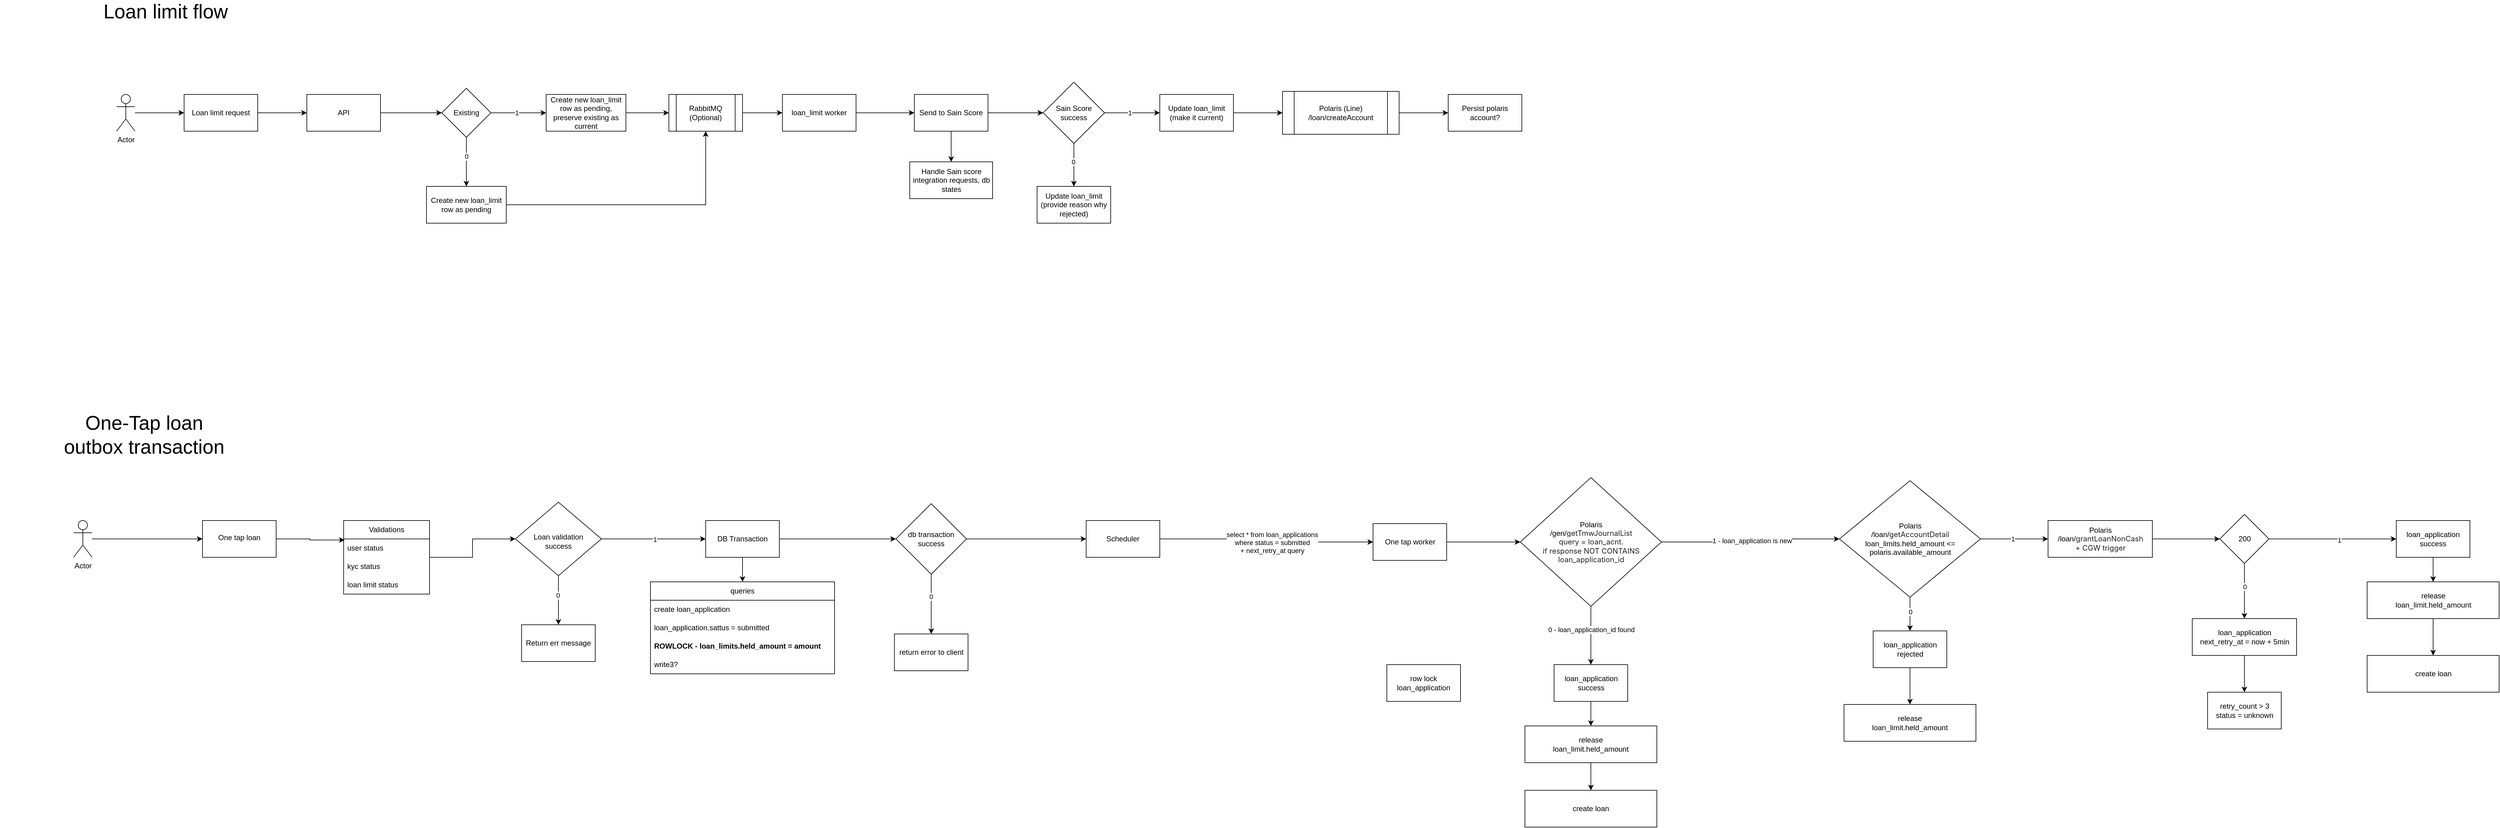
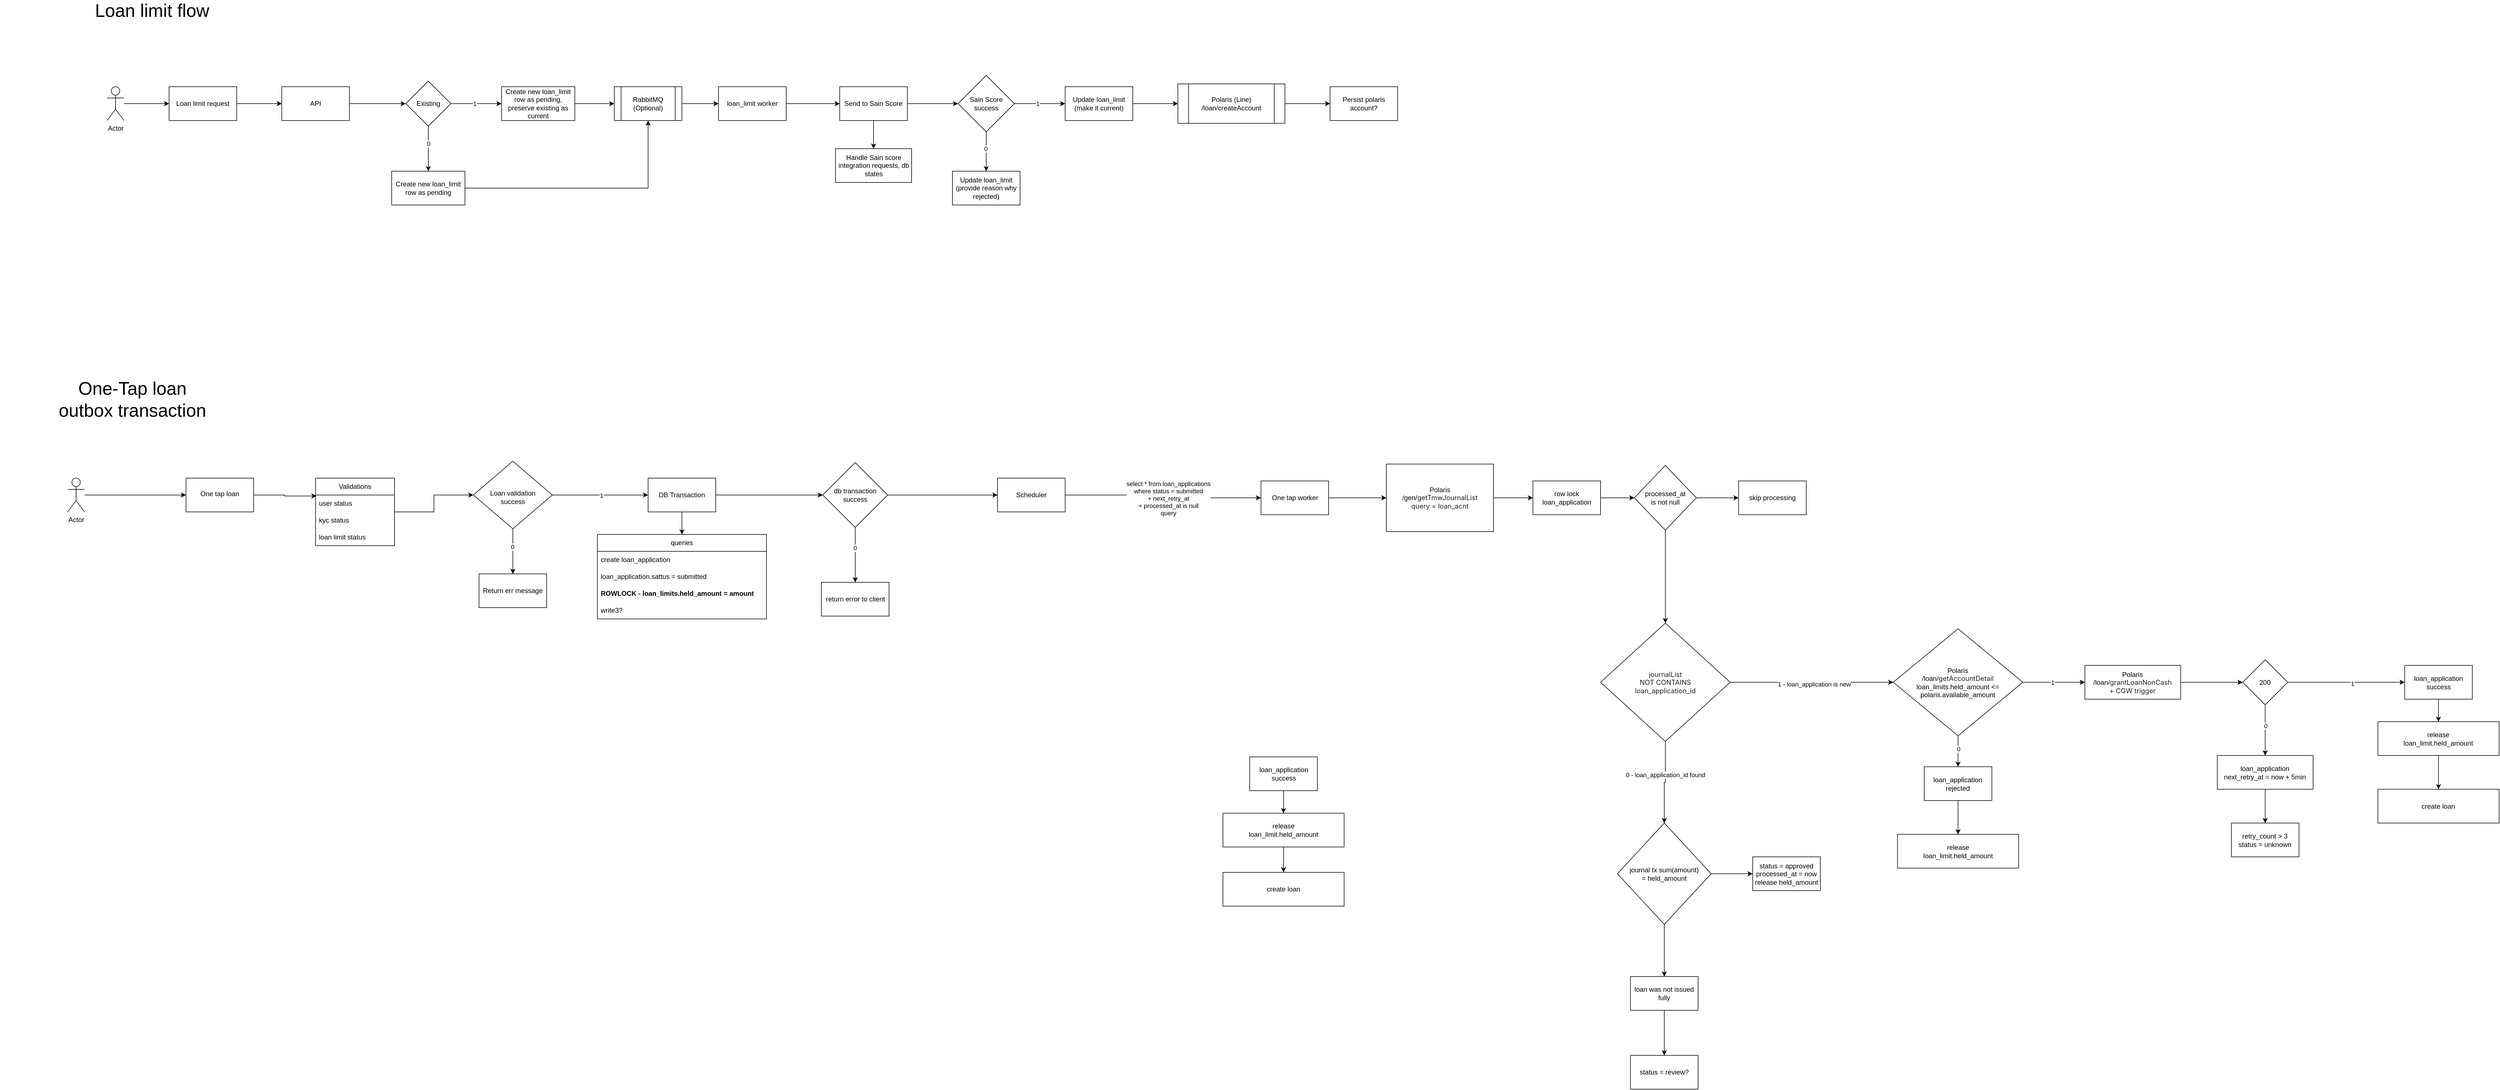
<mxfile host="app.diagrams.net">
  <diagram name="Page-1" id="VCBSuIh8bz7kurrQ0Zaz">
-     <mxGraphModel dx="1662" dy="475" grid="1" gridSize="10" guides="1" tooltips="1" connect="1" arrows="1" fold="1" page="1" pageScale="1" pageWidth="850" pageHeight="1100" math="0" shadow="0">
+     <mxGraphModel dx="2259" dy="824" grid="1" gridSize="10" guides="1" tooltips="1" connect="1" arrows="1" fold="1" page="1" pageScale="1" pageWidth="850" pageHeight="1100" math="0" shadow="0">
      <root>
        <mxCell id="0" />
        <mxCell id="1" parent="0" />
        <mxCell id="KqixbsF9o6dLofBvsG9t-5" edge="1" parent="1" source="KqixbsF9o6dLofBvsG9t-1" style="edgeStyle=orthogonalEdgeStyle;rounded=0;orthogonalLoop=1;jettySize=auto;html=1;" target="KqixbsF9o6dLofBvsG9t-4" value="">
          <mxGeometry relative="1" as="geometry" />
        </mxCell>
        <mxCell id="KqixbsF9o6dLofBvsG9t-1" parent="1" style="rounded=0;whiteSpace=wrap;html=1;" value="Loan limit request" vertex="1">
          <mxGeometry height="60" width="120" x="150" y="210" as="geometry" />
        </mxCell>
        <mxCell id="KqixbsF9o6dLofBvsG9t-3" edge="1" parent="1" source="KqixbsF9o6dLofBvsG9t-2" style="edgeStyle=orthogonalEdgeStyle;rounded=0;orthogonalLoop=1;jettySize=auto;html=1;" target="KqixbsF9o6dLofBvsG9t-1" value="">
          <mxGeometry relative="1" as="geometry" />
        </mxCell>
        <mxCell id="KqixbsF9o6dLofBvsG9t-2" parent="1" style="shape=umlActor;verticalLabelPosition=bottom;verticalAlign=top;html=1;outlineConnect=0;" value="Actor" vertex="1">
          <mxGeometry height="60" width="30" x="40" y="210" as="geometry" />
        </mxCell>
        <mxCell id="KqixbsF9o6dLofBvsG9t-9" edge="1" parent="1" source="KqixbsF9o6dLofBvsG9t-4" style="edgeStyle=orthogonalEdgeStyle;rounded=0;orthogonalLoop=1;jettySize=auto;html=1;" target="KqixbsF9o6dLofBvsG9t-8" value="">
          <mxGeometry relative="1" as="geometry" />
        </mxCell>
        <mxCell id="KqixbsF9o6dLofBvsG9t-4" parent="1" style="rounded=0;whiteSpace=wrap;html=1;" value="API" vertex="1">
          <mxGeometry height="60" width="120" x="350" y="210" as="geometry" />
        </mxCell>
        <mxCell id="KqixbsF9o6dLofBvsG9t-11" edge="1" parent="1" source="KqixbsF9o6dLofBvsG9t-8" style="edgeStyle=orthogonalEdgeStyle;rounded=0;orthogonalLoop=1;jettySize=auto;html=1;" target="KqixbsF9o6dLofBvsG9t-10" value="">
          <mxGeometry relative="1" as="geometry" />
        </mxCell>
        <mxCell id="KqixbsF9o6dLofBvsG9t-12" connectable="0" parent="KqixbsF9o6dLofBvsG9t-11" style="edgeLabel;html=1;align=center;verticalAlign=middle;resizable=0;points=[];" value="1" vertex="1">
          <mxGeometry relative="1" x="-0.079" as="geometry">
            <mxPoint as="offset" />
          </mxGeometry>
        </mxCell>
        <mxCell id="KqixbsF9o6dLofBvsG9t-14" edge="1" parent="1" source="KqixbsF9o6dLofBvsG9t-8" style="edgeStyle=orthogonalEdgeStyle;rounded=0;orthogonalLoop=1;jettySize=auto;html=1;" target="KqixbsF9o6dLofBvsG9t-13" value="">
          <mxGeometry relative="1" as="geometry" />
        </mxCell>
        <mxCell id="KqixbsF9o6dLofBvsG9t-15" connectable="0" parent="KqixbsF9o6dLofBvsG9t-14" style="edgeLabel;html=1;align=center;verticalAlign=middle;resizable=0;points=[];" value="0" vertex="1">
          <mxGeometry relative="1" x="-0.2407" as="geometry">
            <mxPoint as="offset" />
          </mxGeometry>
        </mxCell>
        <mxCell id="KqixbsF9o6dLofBvsG9t-8" parent="1" style="rhombus;whiteSpace=wrap;html=1;rounded=0;" value="Existing" vertex="1">
          <mxGeometry height="80" width="80" x="570" y="200" as="geometry" />
        </mxCell>
        <mxCell id="KqixbsF9o6dLofBvsG9t-23" edge="1" parent="1" source="KqixbsF9o6dLofBvsG9t-10" style="edgeStyle=orthogonalEdgeStyle;rounded=0;orthogonalLoop=1;jettySize=auto;html=1;" target="KqixbsF9o6dLofBvsG9t-22" value="">
          <mxGeometry relative="1" as="geometry" />
        </mxCell>
        <mxCell id="KqixbsF9o6dLofBvsG9t-10" parent="1" style="whiteSpace=wrap;html=1;rounded=0;" value="Create new loan_limit row as pending, preserve existing as current" vertex="1">
          <mxGeometry height="60" width="130" x="740" y="210" as="geometry" />
        </mxCell>
        <mxCell id="KqixbsF9o6dLofBvsG9t-26" edge="1" parent="1" source="KqixbsF9o6dLofBvsG9t-13" style="edgeStyle=orthogonalEdgeStyle;rounded=0;orthogonalLoop=1;jettySize=auto;html=1;entryX=0.5;entryY=1;entryDx=0;entryDy=0;" target="KqixbsF9o6dLofBvsG9t-22">
          <mxGeometry relative="1" as="geometry" />
        </mxCell>
        <mxCell id="KqixbsF9o6dLofBvsG9t-13" parent="1" style="whiteSpace=wrap;html=1;rounded=0;" value="Create new loan_limit row as pending" vertex="1">
          <mxGeometry height="60" width="130" x="545" y="360" as="geometry" />
        </mxCell>
        <mxCell id="KqixbsF9o6dLofBvsG9t-25" edge="1" parent="1" source="KqixbsF9o6dLofBvsG9t-22" style="edgeStyle=orthogonalEdgeStyle;rounded=0;orthogonalLoop=1;jettySize=auto;html=1;" target="KqixbsF9o6dLofBvsG9t-24" value="">
          <mxGeometry relative="1" as="geometry" />
        </mxCell>
        <mxCell id="KqixbsF9o6dLofBvsG9t-22" parent="1" style="shape=process;whiteSpace=wrap;html=1;backgroundOutline=1;rounded=0;" value="RabbitMQ (Optional)" vertex="1">
          <mxGeometry height="60" width="120" x="940" y="210" as="geometry" />
        </mxCell>
        <mxCell id="KqixbsF9o6dLofBvsG9t-28" edge="1" parent="1" source="KqixbsF9o6dLofBvsG9t-24" style="edgeStyle=orthogonalEdgeStyle;rounded=0;orthogonalLoop=1;jettySize=auto;html=1;" target="KqixbsF9o6dLofBvsG9t-27" value="">
          <mxGeometry relative="1" as="geometry" />
        </mxCell>
        <mxCell id="KqixbsF9o6dLofBvsG9t-24" parent="1" style="whiteSpace=wrap;html=1;rounded=0;" value="loan_limit worker" vertex="1">
          <mxGeometry height="60" width="120" x="1125" y="210" as="geometry" />
        </mxCell>
        <mxCell id="KqixbsF9o6dLofBvsG9t-30" edge="1" parent="1" source="KqixbsF9o6dLofBvsG9t-27" style="edgeStyle=orthogonalEdgeStyle;rounded=0;orthogonalLoop=1;jettySize=auto;html=1;" target="KqixbsF9o6dLofBvsG9t-29" value="">
          <mxGeometry relative="1" as="geometry" />
        </mxCell>
        <mxCell id="KqixbsF9o6dLofBvsG9t-38" edge="1" parent="1" source="KqixbsF9o6dLofBvsG9t-27" style="edgeStyle=orthogonalEdgeStyle;rounded=0;orthogonalLoop=1;jettySize=auto;html=1;" target="KqixbsF9o6dLofBvsG9t-37" value="">
          <mxGeometry relative="1" as="geometry" />
        </mxCell>
        <mxCell id="KqixbsF9o6dLofBvsG9t-27" parent="1" style="whiteSpace=wrap;html=1;rounded=0;" value="Send to Sain Score" vertex="1">
          <mxGeometry height="60" width="120" x="1340" y="210" as="geometry" />
        </mxCell>
        <mxCell id="KqixbsF9o6dLofBvsG9t-32" edge="1" parent="1" source="KqixbsF9o6dLofBvsG9t-29" style="edgeStyle=orthogonalEdgeStyle;rounded=0;orthogonalLoop=1;jettySize=auto;html=1;" target="KqixbsF9o6dLofBvsG9t-31" value="">
          <mxGeometry relative="1" as="geometry" />
        </mxCell>
        <mxCell id="KqixbsF9o6dLofBvsG9t-33" connectable="0" parent="KqixbsF9o6dLofBvsG9t-32" style="edgeLabel;html=1;align=center;verticalAlign=middle;resizable=0;points=[];" value="1" vertex="1">
          <mxGeometry relative="1" x="-0.1048" as="geometry">
            <mxPoint as="offset" />
          </mxGeometry>
        </mxCell>
        <mxCell id="KqixbsF9o6dLofBvsG9t-35" edge="1" parent="1" source="KqixbsF9o6dLofBvsG9t-29" style="edgeStyle=orthogonalEdgeStyle;rounded=0;orthogonalLoop=1;jettySize=auto;html=1;" target="KqixbsF9o6dLofBvsG9t-34" value="">
          <mxGeometry relative="1" as="geometry" />
        </mxCell>
        <mxCell id="KqixbsF9o6dLofBvsG9t-36" connectable="0" parent="KqixbsF9o6dLofBvsG9t-35" style="edgeLabel;html=1;align=center;verticalAlign=middle;resizable=0;points=[];" value="0" vertex="1">
          <mxGeometry relative="1" x="-0.1429" y="-1" as="geometry">
            <mxPoint as="offset" />
          </mxGeometry>
        </mxCell>
        <mxCell id="KqixbsF9o6dLofBvsG9t-29" parent="1" style="rhombus;whiteSpace=wrap;html=1;rounded=0;" value="Sain Score success" vertex="1">
          <mxGeometry height="100" width="100" x="1550" y="190" as="geometry" />
        </mxCell>
        <mxCell id="KqixbsF9o6dLofBvsG9t-66" edge="1" parent="1" source="KqixbsF9o6dLofBvsG9t-31" style="edgeStyle=orthogonalEdgeStyle;rounded=0;orthogonalLoop=1;jettySize=auto;html=1;" target="KqixbsF9o6dLofBvsG9t-65" value="">
          <mxGeometry relative="1" as="geometry" />
        </mxCell>
        <mxCell id="KqixbsF9o6dLofBvsG9t-31" parent="1" style="whiteSpace=wrap;html=1;rounded=0;" value="Update loan_limit (make it current)" vertex="1">
          <mxGeometry height="60" width="120" x="1740" y="210" as="geometry" />
        </mxCell>
        <mxCell id="KqixbsF9o6dLofBvsG9t-34" parent="1" style="whiteSpace=wrap;html=1;rounded=0;" value="Update loan_limit&lt;br&gt;(provide reason why rejected)" vertex="1">
          <mxGeometry height="60" width="120" x="1540" y="360" as="geometry" />
        </mxCell>
        <mxCell id="KqixbsF9o6dLofBvsG9t-37" parent="1" style="whiteSpace=wrap;html=1;rounded=0;" value="Handle Sain score integration requests, db states" vertex="1">
          <mxGeometry height="60" width="135" x="1332.5" y="320" as="geometry" />
        </mxCell>
        <mxCell id="KqixbsF9o6dLofBvsG9t-40" parent="1" style="text;html=1;whiteSpace=wrap;strokeColor=none;fillColor=none;align=center;verticalAlign=middle;rounded=0;fontSize=32;" value="Loan limit flow" vertex="1">
          <mxGeometry height="30" width="260" x="-10" y="60" as="geometry" />
        </mxCell>
        <mxCell id="KqixbsF9o6dLofBvsG9t-74" edge="1" parent="1" source="KqixbsF9o6dLofBvsG9t-65" style="edgeStyle=orthogonalEdgeStyle;rounded=0;orthogonalLoop=1;jettySize=auto;html=1;" target="KqixbsF9o6dLofBvsG9t-73" value="">
          <mxGeometry relative="1" as="geometry" />
        </mxCell>
        <mxCell id="KqixbsF9o6dLofBvsG9t-65" parent="1" style="shape=process;whiteSpace=wrap;html=1;backgroundOutline=1;rounded=0;" value="Polaris (Line)&lt;br&gt;/loan/createAccount" vertex="1">
          <mxGeometry height="70" width="190" x="1940" y="205" as="geometry" />
        </mxCell>
        <mxCell id="KqixbsF9o6dLofBvsG9t-73" parent="1" style="whiteSpace=wrap;html=1;rounded=0;" value="Persist polaris account?" vertex="1">
          <mxGeometry height="60" width="120" x="2210" y="210" as="geometry" />
        </mxCell>
        <mxCell id="U8Ajh8Gpa-m2DNKNFQys-1" parent="1" style="text;html=1;whiteSpace=wrap;strokeColor=none;fillColor=none;align=center;verticalAlign=middle;rounded=0;fontSize=32;" value="One-Tap loan&lt;br&gt;outbox transaction" vertex="1">
          <mxGeometry height="30" width="470" x="-150" y="750" as="geometry" />
        </mxCell>
        <mxCell id="In8fDh9ZLN2M87an2Miy-1" edge="1" parent="1" source="In8fDh9ZLN2M87an2Miy-2" style="edgeStyle=orthogonalEdgeStyle;rounded=0;orthogonalLoop=1;jettySize=auto;html=1;" target="In8fDh9ZLN2M87an2Miy-4" value="">
          <mxGeometry relative="1" as="geometry" />
        </mxCell>
        <mxCell id="In8fDh9ZLN2M87an2Miy-2" parent="1" style="shape=umlActor;verticalLabelPosition=bottom;verticalAlign=top;html=1;outlineConnect=0;" value="Actor" vertex="1">
          <mxGeometry height="60" width="30" x="-30" y="905" as="geometry" />
        </mxCell>
        <mxCell id="In8fDh9ZLN2M87an2Miy-3" edge="1" parent="1" source="In8fDh9ZLN2M87an2Miy-4" style="edgeStyle=orthogonalEdgeStyle;rounded=0;orthogonalLoop=1;jettySize=auto;html=1;entryX=0.011;entryY=0.06;entryDx=0;entryDy=0;entryPerimeter=0;" target="In8fDh9ZLN2M87an2Miy-28" value="">
          <mxGeometry relative="1" as="geometry">
            <mxPoint x="390" y="935" as="targetPoint" />
          </mxGeometry>
        </mxCell>
        <mxCell id="In8fDh9ZLN2M87an2Miy-4" parent="1" style="whiteSpace=wrap;html=1;verticalAlign=top;" value="&lt;div&gt;&lt;br&gt;&lt;/div&gt;&lt;div&gt;One tap loan&lt;/div&gt;" vertex="1">
          <mxGeometry height="60" width="120" x="180" y="905" as="geometry" />
        </mxCell>
        <mxCell id="In8fDh9ZLN2M87an2Miy-5" edge="1" parent="1" source="In8fDh9ZLN2M87an2Miy-9" style="edgeStyle=orthogonalEdgeStyle;rounded=0;orthogonalLoop=1;jettySize=auto;html=1;" target="In8fDh9ZLN2M87an2Miy-12" value="">
          <mxGeometry relative="1" as="geometry" />
        </mxCell>
        <mxCell id="In8fDh9ZLN2M87an2Miy-6" connectable="0" parent="In8fDh9ZLN2M87an2Miy-5" style="edgeLabel;html=1;align=center;verticalAlign=middle;resizable=0;points=[];" value="1" vertex="1">
          <mxGeometry relative="1" x="0.0162" y="-1" as="geometry">
            <mxPoint as="offset" />
          </mxGeometry>
        </mxCell>
        <mxCell id="In8fDh9ZLN2M87an2Miy-7" edge="1" parent="1" source="In8fDh9ZLN2M87an2Miy-9" style="edgeStyle=orthogonalEdgeStyle;rounded=0;orthogonalLoop=1;jettySize=auto;html=1;" target="In8fDh9ZLN2M87an2Miy-13" value="">
          <mxGeometry relative="1" as="geometry" />
        </mxCell>
        <mxCell id="In8fDh9ZLN2M87an2Miy-8" connectable="0" parent="In8fDh9ZLN2M87an2Miy-7" style="edgeLabel;html=1;align=center;verticalAlign=middle;resizable=0;points=[];" value="0" vertex="1">
          <mxGeometry relative="1" x="-0.2091" y="-1" as="geometry">
            <mxPoint as="offset" />
          </mxGeometry>
        </mxCell>
        <mxCell id="In8fDh9ZLN2M87an2Miy-9" parent="1" style="rhombus;whiteSpace=wrap;html=1;verticalAlign=top;" value="&lt;br&gt;&lt;br&gt;&lt;div&gt;&lt;br&gt;&lt;/div&gt;&lt;div&gt;Loan validation&lt;br&gt;success&lt;/div&gt;" vertex="1">
          <mxGeometry height="120" width="140" x="690" y="875" as="geometry" />
        </mxCell>
        <mxCell id="In8fDh9ZLN2M87an2Miy-10" edge="1" parent="1" source="In8fDh9ZLN2M87an2Miy-12" style="edgeStyle=orthogonalEdgeStyle;rounded=0;orthogonalLoop=1;jettySize=auto;html=1;entryX=0.5;entryY=0;entryDx=0;entryDy=0;" target="In8fDh9ZLN2M87an2Miy-14">
          <mxGeometry relative="1" as="geometry" />
        </mxCell>
        <mxCell id="In8fDh9ZLN2M87an2Miy-54" edge="1" parent="1" source="In8fDh9ZLN2M87an2Miy-105" style="edgeStyle=orthogonalEdgeStyle;rounded=0;orthogonalLoop=1;jettySize=auto;html=1;exitX=1;exitY=0.5;exitDx=0;exitDy=0;" target="In8fDh9ZLN2M87an2Miy-53" value="">
          <mxGeometry relative="1" as="geometry">
            <mxPoint x="1830" y="940" as="sourcePoint" />
          </mxGeometry>
        </mxCell>
-         <mxCell id="In8fDh9ZLN2M87an2Miy-55" connectable="0" parent="In8fDh9ZLN2M87an2Miy-54" style="edgeLabel;html=1;align=center;verticalAlign=middle;resizable=0;points=[];" value="select * from loan_applications&lt;br&gt;where status = submitted&lt;br&gt;+ next_retry_at query" vertex="1">
+         <mxCell id="In8fDh9ZLN2M87an2Miy-55" connectable="0" parent="In8fDh9ZLN2M87an2Miy-54" style="edgeLabel;html=1;align=center;verticalAlign=middle;resizable=0;points=[];" value="select * from loan_applications&lt;br&gt;where status = submitted&lt;br&gt;+ next_retry_at&lt;br&gt;+ processed_at is null&lt;br&gt;query" vertex="1">
          <mxGeometry relative="1" x="0.0637" y="-1" as="geometry">
            <mxPoint as="offset" />
          </mxGeometry>
        </mxCell>
        <mxCell id="In8fDh9ZLN2M87an2Miy-99" edge="1" parent="1" source="In8fDh9ZLN2M87an2Miy-12" style="edgeStyle=orthogonalEdgeStyle;rounded=0;orthogonalLoop=1;jettySize=auto;html=1;" target="In8fDh9ZLN2M87an2Miy-98" value="">
          <mxGeometry relative="1" as="geometry" />
        </mxCell>
        <mxCell id="In8fDh9ZLN2M87an2Miy-12" parent="1" style="whiteSpace=wrap;html=1;verticalAlign=middle;" value="DB Transaction" vertex="1">
          <mxGeometry height="60" width="120" x="1000" y="905" as="geometry" />
        </mxCell>
        <mxCell id="In8fDh9ZLN2M87an2Miy-13" parent="1" style="whiteSpace=wrap;html=1;verticalAlign=middle;" value="Return err message" vertex="1">
          <mxGeometry height="60" width="120" x="700" y="1075" as="geometry" />
        </mxCell>
        <mxCell id="In8fDh9ZLN2M87an2Miy-14" parent="1" style="swimlane;fontStyle=0;childLayout=stackLayout;horizontal=1;startSize=30;horizontalStack=0;resizeParent=1;resizeParentMax=0;resizeLast=0;collapsible=1;marginBottom=0;whiteSpace=wrap;html=1;" value="queries" vertex="1">
          <mxGeometry height="150" width="300" x="910" y="1005" as="geometry" />
        </mxCell>
        <mxCell id="In8fDh9ZLN2M87an2Miy-15" parent="In8fDh9ZLN2M87an2Miy-14" style="text;strokeColor=none;fillColor=none;align=left;verticalAlign=middle;spacingLeft=4;spacingRight=4;overflow=hidden;points=[[0,0.5],[1,0.5]];portConstraint=eastwest;rotatable=0;whiteSpace=wrap;html=1;" value="create loan_application" vertex="1">
          <mxGeometry height="30" width="300" y="30" as="geometry" />
        </mxCell>
        <mxCell id="In8fDh9ZLN2M87an2Miy-104" parent="In8fDh9ZLN2M87an2Miy-14" style="text;strokeColor=none;fillColor=none;align=left;verticalAlign=middle;spacingLeft=4;spacingRight=4;overflow=hidden;points=[[0,0.5],[1,0.5]];portConstraint=eastwest;rotatable=0;whiteSpace=wrap;html=1;" value="loan_application.sattus = submitted" vertex="1">
          <mxGeometry height="30" width="300" y="60" as="geometry" />
        </mxCell>
        <mxCell id="In8fDh9ZLN2M87an2Miy-16" parent="In8fDh9ZLN2M87an2Miy-14" style="text;strokeColor=none;fillColor=none;align=left;verticalAlign=middle;spacingLeft=4;spacingRight=4;overflow=hidden;points=[[0,0.5],[1,0.5]];portConstraint=eastwest;rotatable=0;whiteSpace=wrap;html=1;fontStyle=1" value="ROWLOCK - loan_limits.held_amount = amount" vertex="1">
          <mxGeometry height="30" width="300" y="90" as="geometry" />
        </mxCell>
        <mxCell id="In8fDh9ZLN2M87an2Miy-17" parent="In8fDh9ZLN2M87an2Miy-14" style="text;strokeColor=none;fillColor=none;align=left;verticalAlign=middle;spacingLeft=4;spacingRight=4;overflow=hidden;points=[[0,0.5],[1,0.5]];portConstraint=eastwest;rotatable=0;whiteSpace=wrap;html=1;" value="write3?" vertex="1">
          <mxGeometry height="30" width="300" y="120" as="geometry" />
        </mxCell>
        <mxCell id="In8fDh9ZLN2M87an2Miy-32" edge="1" parent="1" source="In8fDh9ZLN2M87an2Miy-27" style="edgeStyle=orthogonalEdgeStyle;rounded=0;orthogonalLoop=1;jettySize=auto;html=1;entryX=0;entryY=0.5;entryDx=0;entryDy=0;" target="In8fDh9ZLN2M87an2Miy-9">
          <mxGeometry relative="1" as="geometry" />
        </mxCell>
        <mxCell id="In8fDh9ZLN2M87an2Miy-27" parent="1" style="swimlane;fontStyle=0;childLayout=stackLayout;horizontal=1;startSize=30;horizontalStack=0;resizeParent=1;resizeParentMax=0;resizeLast=0;collapsible=1;marginBottom=0;whiteSpace=wrap;html=1;" value="Validations" vertex="1">
          <mxGeometry height="120" width="140" x="410" y="905" as="geometry" />
        </mxCell>
        <mxCell id="In8fDh9ZLN2M87an2Miy-28" parent="In8fDh9ZLN2M87an2Miy-27" style="text;strokeColor=none;fillColor=none;align=left;verticalAlign=middle;spacingLeft=4;spacingRight=4;overflow=hidden;points=[[0,0.5],[1,0.5]];portConstraint=eastwest;rotatable=0;whiteSpace=wrap;html=1;" value="user status" vertex="1">
          <mxGeometry height="30" width="140" y="30" as="geometry" />
        </mxCell>
        <mxCell id="In8fDh9ZLN2M87an2Miy-29" parent="In8fDh9ZLN2M87an2Miy-27" style="text;strokeColor=none;fillColor=none;align=left;verticalAlign=middle;spacingLeft=4;spacingRight=4;overflow=hidden;points=[[0,0.5],[1,0.5]];portConstraint=eastwest;rotatable=0;whiteSpace=wrap;html=1;" value="kyc status" vertex="1">
          <mxGeometry height="30" width="140" y="60" as="geometry" />
        </mxCell>
        <mxCell id="In8fDh9ZLN2M87an2Miy-33" parent="In8fDh9ZLN2M87an2Miy-27" style="text;strokeColor=none;fillColor=none;align=left;verticalAlign=middle;spacingLeft=4;spacingRight=4;overflow=hidden;points=[[0,0.5],[1,0.5]];portConstraint=eastwest;rotatable=0;whiteSpace=wrap;html=1;" value="loan limit status" vertex="1">
          <mxGeometry height="30" width="140" y="90" as="geometry" />
        </mxCell>
-         <mxCell id="In8fDh9ZLN2M87an2Miy-70" edge="1" parent="1" source="In8fDh9ZLN2M87an2Miy-53" style="edgeStyle=orthogonalEdgeStyle;rounded=0;orthogonalLoop=1;jettySize=auto;html=1;entryX=0;entryY=0.5;entryDx=0;entryDy=0;" target="In8fDh9ZLN2M87an2Miy-69">
+         <mxCell id="In8fDh9ZLN2M87an2Miy-116" edge="1" parent="1" source="In8fDh9ZLN2M87an2Miy-53" style="edgeStyle=orthogonalEdgeStyle;rounded=0;orthogonalLoop=1;jettySize=auto;html=1;entryX=0;entryY=0.5;entryDx=0;entryDy=0;" target="In8fDh9ZLN2M87an2Miy-68">
          <mxGeometry relative="1" as="geometry" />
        </mxCell>
        <mxCell id="In8fDh9ZLN2M87an2Miy-53" parent="1" style="whiteSpace=wrap;html=1;" value="One tap worker" vertex="1">
          <mxGeometry height="60" width="120" x="2087.5" y="910" as="geometry" />
        </mxCell>
        <mxCell id="In8fDh9ZLN2M87an2Miy-67" edge="1" parent="1" source="In8fDh9ZLN2M87an2Miy-58" style="edgeStyle=orthogonalEdgeStyle;rounded=0;orthogonalLoop=1;jettySize=auto;html=1;entryX=0;entryY=0.5;entryDx=0;entryDy=0;" target="In8fDh9ZLN2M87an2Miy-66" value="">
          <mxGeometry relative="1" as="geometry">
-             <mxPoint x="3482.5" y="935" as="targetPoint" />
+             <mxPoint x="3844.37" y="1267.5" as="targetPoint" />
          </mxGeometry>
        </mxCell>
        <mxCell id="In8fDh9ZLN2M87an2Miy-58" parent="1" style="whiteSpace=wrap;html=1;" value="Polaris /loan/&lt;span style=&quot;color: rgb(33, 33, 33); font-family: Inter, system-ui, -apple-system, &amp;quot;system-ui&amp;quot;, &amp;quot;Segoe UI&amp;quot;, Roboto, Oxygen, Ubuntu, Cantarell, &amp;quot;Fira Sans&amp;quot;, &amp;quot;Droid Sans&amp;quot;, Helvetica, Arial, sans-serif; text-align: left; white-space: pre-wrap; background-color: rgb(255, 255, 255);&quot;&gt;grantLoanNonCash&lt;br/&gt;+ CGW trigger&lt;/span&gt;" vertex="1">
-           <mxGeometry height="60" width="170" x="3187.5" y="905" as="geometry" />
+           <mxGeometry height="60" width="170" x="3549.37" y="1237.5" as="geometry" />
        </mxCell>
        <mxCell id="In8fDh9ZLN2M87an2Miy-62" edge="1" parent="1" source="In8fDh9ZLN2M87an2Miy-59" style="edgeStyle=orthogonalEdgeStyle;rounded=0;orthogonalLoop=1;jettySize=auto;html=1;" target="In8fDh9ZLN2M87an2Miy-61" value="">
          <mxGeometry relative="1" as="geometry" />
        </mxCell>
        <mxCell id="In8fDh9ZLN2M87an2Miy-91" connectable="0" parent="In8fDh9ZLN2M87an2Miy-62" style="edgeLabel;html=1;align=center;verticalAlign=middle;resizable=0;points=[];" value="0" vertex="1">
          <mxGeometry relative="1" x="-0.1431" as="geometry">
            <mxPoint as="offset" />
          </mxGeometry>
        </mxCell>
        <mxCell id="In8fDh9ZLN2M87an2Miy-65" edge="1" parent="1" source="In8fDh9ZLN2M87an2Miy-59" style="edgeStyle=orthogonalEdgeStyle;rounded=0;orthogonalLoop=1;jettySize=auto;html=1;" target="In8fDh9ZLN2M87an2Miy-58">
          <mxGeometry relative="1" as="geometry" />
        </mxCell>
        <mxCell id="In8fDh9ZLN2M87an2Miy-90" connectable="0" parent="In8fDh9ZLN2M87an2Miy-65" style="edgeLabel;html=1;align=center;verticalAlign=middle;resizable=0;points=[];" value="1" vertex="1">
          <mxGeometry relative="1" x="-0.0451" as="geometry">
            <mxPoint as="offset" />
          </mxGeometry>
        </mxCell>
        <mxCell id="In8fDh9ZLN2M87an2Miy-59" parent="1" style="rhombus;whiteSpace=wrap;html=1;" value="Polaris&lt;br&gt;/loan/&lt;span style=&quot;color: rgb(33, 33, 33); font-family: Inter, system-ui, -apple-system, &amp;quot;system-ui&amp;quot;, &amp;quot;Segoe UI&amp;quot;, Roboto, Oxygen, Ubuntu, Cantarell, &amp;quot;Fira Sans&amp;quot;, &amp;quot;Droid Sans&amp;quot;, Helvetica, Arial, sans-serif; text-align: left; white-space: pre-wrap; background-color: rgb(255, 255, 255);&quot;&gt;getAccountDetail&lt;/span&gt;&lt;br&gt;loan_limits.held_amount &amp;lt;= polaris.available_amount" vertex="1">
-           <mxGeometry height="190" width="230" x="2847.5" y="840" as="geometry" />
+           <mxGeometry height="190" width="230" x="3209.37" y="1172.5" as="geometry" />
        </mxCell>
        <mxCell id="In8fDh9ZLN2M87an2Miy-64" edge="1" parent="1" source="In8fDh9ZLN2M87an2Miy-61" style="edgeStyle=orthogonalEdgeStyle;rounded=0;orthogonalLoop=1;jettySize=auto;html=1;" target="In8fDh9ZLN2M87an2Miy-63" value="">
          <mxGeometry relative="1" as="geometry" />
        </mxCell>
        <mxCell id="In8fDh9ZLN2M87an2Miy-61" parent="1" style="whiteSpace=wrap;html=1;" value="loan_application&lt;br&gt;rejected" vertex="1">
-           <mxGeometry height="60" width="120" x="2902.5" y="1085" as="geometry" />
+           <mxGeometry height="60" width="120" x="3264.37" y="1417.5" as="geometry" />
        </mxCell>
        <mxCell id="In8fDh9ZLN2M87an2Miy-63" parent="1" style="whiteSpace=wrap;html=1;" value="release &lt;br&gt;loan_limit.held_amount" vertex="1">
-           <mxGeometry height="60" width="215" x="2855" y="1205" as="geometry" />
+           <mxGeometry height="60" width="215" x="3216.87" y="1537.5" as="geometry" />
        </mxCell>
        <mxCell id="In8fDh9ZLN2M87an2Miy-81" edge="1" parent="1" source="In8fDh9ZLN2M87an2Miy-66" style="edgeStyle=orthogonalEdgeStyle;rounded=0;orthogonalLoop=1;jettySize=auto;html=1;entryX=0;entryY=0.5;entryDx=0;entryDy=0;" target="In8fDh9ZLN2M87an2Miy-79">
          <mxGeometry relative="1" as="geometry" />
        </mxCell>
        <mxCell id="In8fDh9ZLN2M87an2Miy-92" connectable="0" parent="In8fDh9ZLN2M87an2Miy-81" style="edgeLabel;html=1;align=center;verticalAlign=middle;resizable=0;points=[];" value="1" vertex="1">
          <mxGeometry relative="1" x="0.1055" y="-2" as="geometry">
            <mxPoint as="offset" />
          </mxGeometry>
        </mxCell>
        <mxCell id="In8fDh9ZLN2M87an2Miy-83" edge="1" parent="1" source="In8fDh9ZLN2M87an2Miy-66" style="edgeStyle=orthogonalEdgeStyle;rounded=0;orthogonalLoop=1;jettySize=auto;html=1;" target="In8fDh9ZLN2M87an2Miy-82" value="">
          <mxGeometry relative="1" as="geometry" />
        </mxCell>
        <mxCell id="In8fDh9ZLN2M87an2Miy-93" connectable="0" parent="In8fDh9ZLN2M87an2Miy-83" style="edgeLabel;html=1;align=center;verticalAlign=middle;resizable=0;points=[];" value="0" vertex="1">
          <mxGeometry relative="1" x="-0.1623" as="geometry">
            <mxPoint as="offset" />
          </mxGeometry>
        </mxCell>
        <mxCell id="In8fDh9ZLN2M87an2Miy-66" parent="1" style="rhombus;whiteSpace=wrap;html=1;" value="200" vertex="1">
-           <mxGeometry height="80" width="80" x="3467.5" y="895" as="geometry" />
-         </mxCell>
-         <mxCell id="In8fDh9ZLN2M87an2Miy-68" parent="1" style="whiteSpace=wrap;html=1;" value="row lock&lt;br&gt;loan_application" vertex="1">
-           <mxGeometry height="60" width="120" x="2110" y="1140" as="geometry" />
+           <mxGeometry height="80" width="80" x="3829.37" y="1227.5" as="geometry" />
+         </mxCell>
+         <mxCell id="In8fDh9ZLN2M87an2Miy-119" edge="1" parent="1" source="In8fDh9ZLN2M87an2Miy-68" style="edgeStyle=orthogonalEdgeStyle;rounded=0;orthogonalLoop=1;jettySize=auto;html=1;" target="In8fDh9ZLN2M87an2Miy-118" value="">
+           <mxGeometry relative="1" as="geometry" />
+         </mxCell>
+         <mxCell id="In8fDh9ZLN2M87an2Miy-68" parent="1" style="whiteSpace=wrap;html=1;" value="Polaris&lt;br&gt;/gen/&lt;span style=&quot;white-space: pre-wrap; color: rgb(33, 33, 33); font-family: Inter, system-ui, -apple-system, &amp;quot;system-ui&amp;quot;, &amp;quot;Segoe UI&amp;quot;, Roboto, Oxygen, Ubuntu, Cantarell, &amp;quot;Fira Sans&amp;quot;, &amp;quot;Droid Sans&amp;quot;, Helvetica, Arial, sans-serif; text-align: left; background-color: rgb(255, 255, 255);&quot;&gt;getTmwJournalList&lt;br&gt;query = loan_acnt&lt;/span&gt;" vertex="1">
+           <mxGeometry height="120" width="190" x="2310" y="880" as="geometry" />
        </mxCell>
        <mxCell id="In8fDh9ZLN2M87an2Miy-71" edge="1" parent="1" source="In8fDh9ZLN2M87an2Miy-69" style="edgeStyle=orthogonalEdgeStyle;rounded=0;orthogonalLoop=1;jettySize=auto;html=1;entryX=0;entryY=0.5;entryDx=0;entryDy=0;" target="In8fDh9ZLN2M87an2Miy-59">
          <mxGeometry relative="1" as="geometry" />
        </mxCell>
        <mxCell id="In8fDh9ZLN2M87an2Miy-77" connectable="0" parent="In8fDh9ZLN2M87an2Miy-71" style="edgeLabel;html=1;align=center;verticalAlign=middle;resizable=0;points=[];" value="1 - loan_application is new" vertex="1">
          <mxGeometry relative="1" x="0.0312" y="-3" as="geometry">
            <mxPoint as="offset" />
          </mxGeometry>
        </mxCell>
-         <mxCell id="In8fDh9ZLN2M87an2Miy-73" edge="1" parent="1" source="In8fDh9ZLN2M87an2Miy-69" style="edgeStyle=orthogonalEdgeStyle;rounded=0;orthogonalLoop=1;jettySize=auto;html=1;" target="In8fDh9ZLN2M87an2Miy-72" value="">
-           <mxGeometry relative="1" as="geometry" />
+         <mxCell id="In8fDh9ZLN2M87an2Miy-73" edge="1" parent="1" source="In8fDh9ZLN2M87an2Miy-69" style="edgeStyle=orthogonalEdgeStyle;rounded=0;orthogonalLoop=1;jettySize=auto;html=1;entryX=0.5;entryY=0;entryDx=0;entryDy=0;" target="In8fDh9ZLN2M87an2Miy-111" value="">
+           <mxGeometry relative="1" as="geometry">
+             <mxPoint x="2804.37" y="1467.5" as="targetPoint" />
+           </mxGeometry>
        </mxCell>
        <mxCell id="In8fDh9ZLN2M87an2Miy-74" connectable="0" parent="In8fDh9ZLN2M87an2Miy-73" style="edgeLabel;html=1;align=center;verticalAlign=middle;resizable=0;points=[];" value="0 - loan_application_id found" vertex="1">
          <mxGeometry relative="1" x="-0.1975" as="geometry">
            <mxPoint as="offset" />
          </mxGeometry>
        </mxCell>
-         <mxCell id="In8fDh9ZLN2M87an2Miy-69" parent="1" style="rhombus;whiteSpace=wrap;html=1;" value="Polaris&lt;br&gt;/gen/&lt;span style=&quot;white-space: pre-wrap; color: rgb(33, 33, 33); font-family: Inter, system-ui, -apple-system, &amp;quot;system-ui&amp;quot;, &amp;quot;Segoe UI&amp;quot;, Roboto, Oxygen, Ubuntu, Cantarell, &amp;quot;Fira Sans&amp;quot;, &amp;quot;Droid Sans&amp;quot;, Helvetica, Arial, sans-serif; text-align: left; background-color: rgb(255, 255, 255);&quot;&gt;getTmwJournalList&lt;br&gt;query = loan_acnt.&lt;br&gt;if response NOT CONTAINS&lt;br&gt;loan_application_id&lt;/span&gt;" vertex="1">
-           <mxGeometry height="210" width="230" x="2327.5" y="835" as="geometry" />
+         <mxCell id="In8fDh9ZLN2M87an2Miy-69" parent="1" style="rhombus;whiteSpace=wrap;html=1;verticalAlign=middle;" value="&lt;div style=&quot;text-align: center;&quot;&gt;&lt;span style=&quot;background-color: light-dark(rgb(255, 255, 255), rgb(18, 18, 18)); color: light-dark(rgb(33, 33, 33), rgb(209, 209, 209)); font-family: Inter, system-ui, -apple-system, &amp;quot;system-ui&amp;quot;, &amp;quot;Segoe UI&amp;quot;, Roboto, Oxygen, Ubuntu, Cantarell, &amp;quot;Fira Sans&amp;quot;, &amp;quot;Droid Sans&amp;quot;, Helvetica, Arial, sans-serif; text-align: left; white-space: pre-wrap;&quot;&gt;journalList&lt;br&gt;NOT CONTAINS&lt;/span&gt;&lt;/div&gt;&lt;span style=&quot;white-space: pre-wrap; color: rgb(33, 33, 33); font-family: Inter, system-ui, -apple-system, &amp;quot;system-ui&amp;quot;, &amp;quot;Segoe UI&amp;quot;, Roboto, Oxygen, Ubuntu, Cantarell, &amp;quot;Fira Sans&amp;quot;, &amp;quot;Droid Sans&amp;quot;, Helvetica, Arial, sans-serif; text-align: left; background-color: rgb(255, 255, 255);&quot;&gt;loan_application_id&lt;/span&gt;" vertex="1">
+           <mxGeometry height="210" width="230" x="2690" y="1162.5" as="geometry" />
        </mxCell>
        <mxCell id="In8fDh9ZLN2M87an2Miy-76" edge="1" parent="1" source="In8fDh9ZLN2M87an2Miy-72" style="edgeStyle=orthogonalEdgeStyle;rounded=0;orthogonalLoop=1;jettySize=auto;html=1;" target="In8fDh9ZLN2M87an2Miy-75" value="">
          <mxGeometry relative="1" as="geometry" />
        </mxCell>
        <mxCell id="In8fDh9ZLN2M87an2Miy-72" parent="1" style="whiteSpace=wrap;html=1;" value="loan_application&lt;br&gt;success" vertex="1">
-           <mxGeometry height="60" width="120" x="2382.5" y="1140" as="geometry" />
+           <mxGeometry height="60" width="120" x="2067.5" y="1400" as="geometry" />
        </mxCell>
        <mxCell id="In8fDh9ZLN2M87an2Miy-85" edge="1" parent="1" source="In8fDh9ZLN2M87an2Miy-75" style="edgeStyle=orthogonalEdgeStyle;rounded=0;orthogonalLoop=1;jettySize=auto;html=1;" target="In8fDh9ZLN2M87an2Miy-84" value="">
          <mxGeometry relative="1" as="geometry" />
        </mxCell>
        <mxCell id="In8fDh9ZLN2M87an2Miy-75" parent="1" style="whiteSpace=wrap;html=1;" value="release &lt;br&gt;loan_limit.held_amount" vertex="1">
-           <mxGeometry height="60" width="215" x="2335" y="1240" as="geometry" />
+           <mxGeometry height="60" width="215" x="2020" y="1500" as="geometry" />
        </mxCell>
        <mxCell id="In8fDh9ZLN2M87an2Miy-78" edge="1" parent="1" source="In8fDh9ZLN2M87an2Miy-79" style="edgeStyle=orthogonalEdgeStyle;rounded=0;orthogonalLoop=1;jettySize=auto;html=1;" target="In8fDh9ZLN2M87an2Miy-80" value="">
          <mxGeometry relative="1" as="geometry" />
        </mxCell>
        <mxCell id="In8fDh9ZLN2M87an2Miy-79" parent="1" style="whiteSpace=wrap;html=1;" value="loan_application&lt;br&gt;success" vertex="1">
-           <mxGeometry height="60" width="120" x="3755" y="905" as="geometry" />
+           <mxGeometry height="60" width="120" x="4116.87" y="1237.5" as="geometry" />
        </mxCell>
        <mxCell id="In8fDh9ZLN2M87an2Miy-89" edge="1" parent="1" source="In8fDh9ZLN2M87an2Miy-80" style="edgeStyle=orthogonalEdgeStyle;rounded=0;orthogonalLoop=1;jettySize=auto;html=1;" target="In8fDh9ZLN2M87an2Miy-88" value="">
          <mxGeometry relative="1" as="geometry" />
        </mxCell>
        <mxCell id="In8fDh9ZLN2M87an2Miy-80" parent="1" style="whiteSpace=wrap;html=1;" value="release &lt;br&gt;loan_limit.held_amount" vertex="1">
-           <mxGeometry height="60" width="215" x="3707.5" y="1005" as="geometry" />
+           <mxGeometry height="60" width="215" x="4069.37" y="1337.5" as="geometry" />
        </mxCell>
        <mxCell id="In8fDh9ZLN2M87an2Miy-95" edge="1" parent="1" source="In8fDh9ZLN2M87an2Miy-82" style="edgeStyle=orthogonalEdgeStyle;rounded=0;orthogonalLoop=1;jettySize=auto;html=1;" target="In8fDh9ZLN2M87an2Miy-94" value="">
          <mxGeometry relative="1" as="geometry" />
        </mxCell>
        <mxCell id="In8fDh9ZLN2M87an2Miy-82" parent="1" style="whiteSpace=wrap;html=1;" value="loan_application&lt;br&gt;next_retry_at = now + 5min" vertex="1">
-           <mxGeometry height="60" width="170" x="3422.5" y="1065" as="geometry" />
+           <mxGeometry height="60" width="170" x="3784.37" y="1397.5" as="geometry" />
        </mxCell>
        <mxCell id="In8fDh9ZLN2M87an2Miy-84" parent="1" style="whiteSpace=wrap;html=1;" value="create loan" vertex="1">
-           <mxGeometry height="60" width="215" x="2335" y="1345" as="geometry" />
+           <mxGeometry height="60" width="215" x="2020" y="1605" as="geometry" />
        </mxCell>
        <mxCell id="In8fDh9ZLN2M87an2Miy-88" parent="1" style="whiteSpace=wrap;html=1;" value="create loan" vertex="1">
-           <mxGeometry height="60" width="215" x="3707.5" y="1125" as="geometry" />
+           <mxGeometry height="60" width="215" x="4069.37" y="1457.5" as="geometry" />
        </mxCell>
        <mxCell id="In8fDh9ZLN2M87an2Miy-94" parent="1" style="whiteSpace=wrap;html=1;" value="retry_count &amp;gt; 3&lt;br&gt;status = unknown" vertex="1">
-           <mxGeometry height="60" width="120" x="3447.5" y="1185" as="geometry" />
+           <mxGeometry height="60" width="120" x="3809.37" y="1517.5" as="geometry" />
        </mxCell>
        <mxCell id="In8fDh9ZLN2M87an2Miy-101" edge="1" parent="1" source="In8fDh9ZLN2M87an2Miy-98" style="edgeStyle=orthogonalEdgeStyle;rounded=0;orthogonalLoop=1;jettySize=auto;html=1;" target="In8fDh9ZLN2M87an2Miy-100" value="">
          <mxGeometry relative="1" as="geometry" />
        </mxCell>
        <mxCell id="In8fDh9ZLN2M87an2Miy-103" connectable="0" parent="In8fDh9ZLN2M87an2Miy-101" style="edgeLabel;html=1;align=center;verticalAlign=middle;resizable=0;points=[];" value="0" vertex="1">
          <mxGeometry relative="1" x="-0.2536" y="-1" as="geometry">
            <mxPoint as="offset" />
          </mxGeometry>
        </mxCell>
        <mxCell id="In8fDh9ZLN2M87an2Miy-106" edge="1" parent="1" source="In8fDh9ZLN2M87an2Miy-98" style="edgeStyle=orthogonalEdgeStyle;rounded=0;orthogonalLoop=1;jettySize=auto;html=1;entryX=0;entryY=0.5;entryDx=0;entryDy=0;" target="In8fDh9ZLN2M87an2Miy-105">
          <mxGeometry relative="1" as="geometry" />
        </mxCell>
        <mxCell id="In8fDh9ZLN2M87an2Miy-98" parent="1" style="rhombus;whiteSpace=wrap;html=1;" value="db transaction success" vertex="1">
          <mxGeometry height="115" width="115" x="1310" y="877.5" as="geometry" />
        </mxCell>
        <mxCell id="In8fDh9ZLN2M87an2Miy-100" parent="1" style="whiteSpace=wrap;html=1;" value="return error to client" vertex="1">
          <mxGeometry height="60" width="120" x="1307.5" y="1090" as="geometry" />
        </mxCell>
        <mxCell id="In8fDh9ZLN2M87an2Miy-105" parent="1" style="rounded=0;whiteSpace=wrap;html=1;" value="Scheduler" vertex="1">
          <mxGeometry height="60" width="120" x="1620" y="905" as="geometry" />
+         </mxCell>
+         <mxCell id="In8fDh9ZLN2M87an2Miy-114" edge="1" parent="1" source="In8fDh9ZLN2M87an2Miy-111" style="edgeStyle=orthogonalEdgeStyle;rounded=0;orthogonalLoop=1;jettySize=auto;html=1;" target="In8fDh9ZLN2M87an2Miy-113" value="">
+           <mxGeometry relative="1" as="geometry" />
+         </mxCell>
+         <mxCell id="In8fDh9ZLN2M87an2Miy-127" edge="1" parent="1" source="In8fDh9ZLN2M87an2Miy-111" style="edgeStyle=orthogonalEdgeStyle;rounded=0;orthogonalLoop=1;jettySize=auto;html=1;" target="In8fDh9ZLN2M87an2Miy-126" value="">
+           <mxGeometry relative="1" as="geometry" />
+         </mxCell>
+         <mxCell id="In8fDh9ZLN2M87an2Miy-111" parent="1" style="rhombus;whiteSpace=wrap;html=1;" value="journal tx sum(amount)&lt;br&gt;= held_amount" vertex="1">
+           <mxGeometry height="180" width="166.25" x="2720" y="1517.5" as="geometry" />
+         </mxCell>
+         <mxCell id="In8fDh9ZLN2M87an2Miy-113" parent="1" style="whiteSpace=wrap;html=1;" value="status = approved&lt;br&gt;processed_at = now&lt;br&gt;release held_amount" vertex="1">
+           <mxGeometry height="60" width="120" x="2960" y="1577.5" as="geometry" />
+         </mxCell>
+         <mxCell id="In8fDh9ZLN2M87an2Miy-122" edge="1" parent="1" source="In8fDh9ZLN2M87an2Miy-118" style="edgeStyle=orthogonalEdgeStyle;rounded=0;orthogonalLoop=1;jettySize=auto;html=1;" target="In8fDh9ZLN2M87an2Miy-121" value="">
+           <mxGeometry relative="1" as="geometry" />
+         </mxCell>
+         <mxCell id="In8fDh9ZLN2M87an2Miy-118" parent="1" style="whiteSpace=wrap;html=1;" value="row lock&lt;br&gt;loan_application" vertex="1">
+           <mxGeometry height="60" width="120" x="2570" y="910" as="geometry" />
+         </mxCell>
+         <mxCell id="In8fDh9ZLN2M87an2Miy-124" edge="1" parent="1" source="In8fDh9ZLN2M87an2Miy-121" style="edgeStyle=orthogonalEdgeStyle;rounded=0;orthogonalLoop=1;jettySize=auto;html=1;" target="In8fDh9ZLN2M87an2Miy-123" value="">
+           <mxGeometry relative="1" as="geometry" />
+         </mxCell>
+         <mxCell id="In8fDh9ZLN2M87an2Miy-125" edge="1" parent="1" source="In8fDh9ZLN2M87an2Miy-121" style="edgeStyle=orthogonalEdgeStyle;rounded=0;orthogonalLoop=1;jettySize=auto;html=1;entryX=0.5;entryY=0;entryDx=0;entryDy=0;" target="In8fDh9ZLN2M87an2Miy-69">
+           <mxGeometry relative="1" as="geometry" />
+         </mxCell>
+         <mxCell id="In8fDh9ZLN2M87an2Miy-121" parent="1" style="rhombus;whiteSpace=wrap;html=1;" value="processed_at &lt;br&gt;is not null" vertex="1">
+           <mxGeometry height="115" width="110" x="2750" y="882.5" as="geometry" />
+         </mxCell>
+         <mxCell id="In8fDh9ZLN2M87an2Miy-123" parent="1" style="whiteSpace=wrap;html=1;" value="skip processing" vertex="1">
+           <mxGeometry height="60" width="120" x="2935" y="910" as="geometry" />
+         </mxCell>
+         <mxCell id="In8fDh9ZLN2M87an2Miy-129" edge="1" parent="1" source="In8fDh9ZLN2M87an2Miy-126" style="edgeStyle=orthogonalEdgeStyle;rounded=0;orthogonalLoop=1;jettySize=auto;html=1;" target="In8fDh9ZLN2M87an2Miy-128" value="">
+           <mxGeometry relative="1" as="geometry" />
+         </mxCell>
+         <mxCell id="In8fDh9ZLN2M87an2Miy-126" parent="1" style="whiteSpace=wrap;html=1;" value="loan was not issued fully" vertex="1">
+           <mxGeometry height="60" width="120" x="2743.125" y="1790" as="geometry" />
+         </mxCell>
+         <mxCell id="In8fDh9ZLN2M87an2Miy-128" parent="1" style="whiteSpace=wrap;html=1;" value="status = review?" vertex="1">
+           <mxGeometry height="60" width="120" x="2743.125" y="1930" as="geometry" />
        </mxCell>
      </root>
    </mxGraphModel>
  </diagram>
</mxfile>
